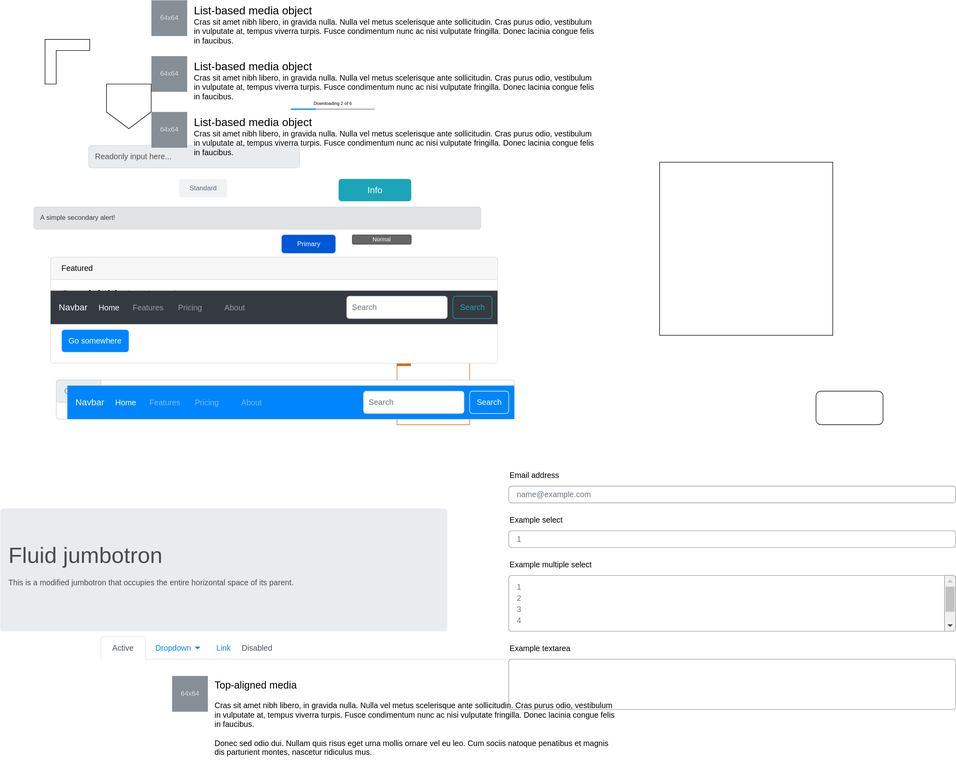
The draw.io diagram doc/resux-structure.drawio.svg in yo-nagase/blink-speak, before a commit. Source tidied: cells renumbered, new cells last; positions are measured from the earlier drawing's top-left corner, leaving out a move shared by most shapes.
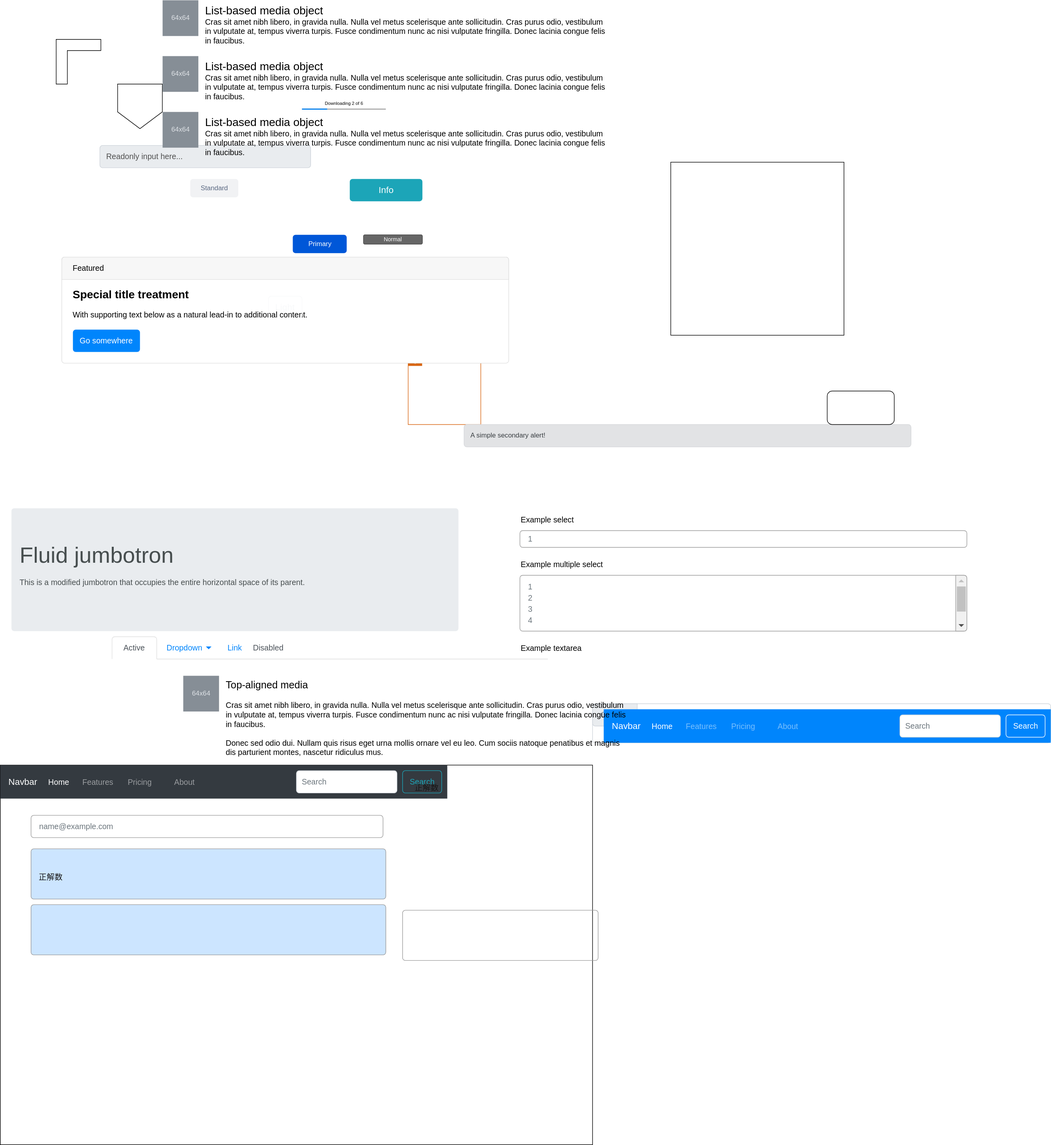
After the change.

What changed in the source:
```diff
@@ -2,6 +2,9 @@
   <root>
     <mxCell id="0" />
     <mxCell id="1" parent="0" />
+    <mxCell id="76" style="rounded=0;whiteSpace=wrap;html=1;fillColor=#FFFFFF;" parent="1" vertex="1">
+      <mxGeometry x="-20" y="1370" width="1060" height="680" as="geometry" />
+    </mxCell>
     <mxCell id="2" style="shape=offPageConnector;whiteSpace=wrap;html=1;" parent="1" vertex="1">
       <mxGeometry x="190" y="150" width="80" height="80" as="geometry" />
     </mxCell>
@@ -49,7 +52,7 @@
       <mxGeometry x="630" y="420" width="105.5" height="16.9" as="geometry" />
     </mxCell>
     <mxCell id="16" value="Choose..." style="html=1;shadow=0;dashed=0;shape=mxgraph.bootstrap.rrect;rSize=5;strokeColor=#CED4DA;html=1;whiteSpace=wrap;fillColor=#FFFFFF;fontColor=#7D868C;align=left;spacingLeft=80;spacing=15;fontSize=14;" parent="1" vertex="1">
-      <mxGeometry x="100" y="680" width="820" height="70" as="geometry" />
+      <mxGeometry x="1040" y="1260" width="820" height="70" as="geometry" />
     </mxCell>
     <mxCell id="17" style="shape=triangle;direction=south;fillColor=#343A40;strokeColor=none;perimeter=none;" parent="16" vertex="1">
       <mxGeometry x="1" y="0.5" width="7" height="3" relative="1" as="geometry">
@@ -126,13 +129,13 @@
       <mxGeometry x="460" y="530" width="60" height="40" as="geometry" />
     </mxCell>
     <mxCell id="35" value="A simple secondary alert!" style="html=1;shadow=0;dashed=0;shape=mxgraph.bootstrap.rrect;rSize=5;strokeColor=#D6D8DB;strokeWidth=1;fillColor=#E2E3E5;fontColor=#383D41;whiteSpace=wrap;align=left;verticalAlign=middle;spacingLeft=10;" parent="1" vertex="1">
-      <mxGeometry x="60" y="370" width="800" height="40" as="geometry" />
+      <mxGeometry x="810" y="760" width="800" height="40" as="geometry" />
     </mxCell>
     <mxCell id="36" value="&lt;font style=&quot;font-size: 40px&quot;&gt;Fluid jumbotron&lt;/font&gt;&lt;br&gt;&lt;br&gt;This is a modified jumbotron that occupies the entire horizontal space of its parent." style="html=1;shadow=0;dashed=0;shape=mxgraph.bootstrap.rrect;rSize=5;strokeColor=none;html=1;whiteSpace=wrap;fillColor=#E9ECEF;fontColor=#474E4F;align=left;spacing=15;fontSize=14;verticalAlign=top;spacingTop=40;" parent="1" vertex="1">
       <mxGeometry y="910" width="800" height="220" as="geometry" />
     </mxCell>
     <mxCell id="37" value="Navbar" style="html=1;shadow=0;dashed=0;fillColor=#343A40;strokeColor=none;fontSize=16;fontColor=#ffffff;align=left;spacing=15;" parent="1" vertex="1">
-      <mxGeometry x="90" y="520" width="800" height="60" as="geometry" />
+      <mxGeometry x="-20" y="1370" width="800" height="60" as="geometry" />
     </mxCell>
     <mxCell id="38" value="Home" style="fillColor=none;strokeColor=none;fontSize=14;fontColor=#ffffff;align=center;" parent="37" vertex="1">
       <mxGeometry width="70" height="40" relative="1" as="geometry">
@@ -208,12 +211,12 @@
     <mxCell id="57" value="&lt;font style=&quot;font-size: 18px&quot;&gt;Top-aligned media&lt;/font&gt;&lt;br&gt;&lt;br&gt;Cras sit amet nibh libero, in gravida nulla. Nulla vel metus scelerisque ante sollicitudin. Cras purus odio, vestibulum in vulputate at, tempus viverra turpis. Fusce condimentum nunc ac nisi vulputate fringilla. Donec lacinia congue felis in faucibus.&lt;br&gt;&lt;br&gt;Donec sed odio dui. Nullam quis risus eget urna mollis ornare vel eu leo. Cum sociis natoque penatibus et magnis dis parturient montes, nascetur ridiculus mus." style="strokeColor=none;fillColor=none;fontColor=#000000;perimeter=none;whiteSpace=wrap;align=left;spacing=2;fontSize=14;verticalAlign=top;html=1;" parent="1" vertex="1">
       <mxGeometry x="381.5" y="1210" width="726" height="150" as="geometry" />
     </mxCell>
-    <mxCell id="58" value="Email address" style="fillColor=none;strokeColor=none;align=left;fontSize=14;" parent="1" vertex="1">
-      <mxGeometry x="910" y="830" width="260" height="40" as="geometry" />
+    <mxCell id="58" value="正解数" style="fillColor=none;strokeColor=none;align=left;fontSize=14;fontColor=#171717;" parent="1" vertex="1">
+      <mxGeometry x="720" y="1390" width="260" height="40" as="geometry" />
     </mxCell>
     <mxCell id="59" value="name@example.com" style="html=1;shadow=0;dashed=0;shape=mxgraph.bootstrap.rrect;rSize=5;fillColor=none;strokeColor=#999999;align=left;spacing=15;fontSize=14;fontColor=#6C767D;" parent="1" vertex="1">
-      <mxGeometry width="800" height="30" relative="1" as="geometry">
-        <mxPoint x="980" y="1020" as="offset" />
+      <mxGeometry width="630" height="40" relative="1" as="geometry">
+        <mxPoint x="105" y="1610" as="offset" />
       </mxGeometry>
     </mxCell>
     <mxCell id="60" value="Example select" style="fillColor=none;strokeColor=none;align=left;fontSize=14;" parent="1" vertex="1">
@@ -282,8 +285,8 @@
       </mxGeometry>
     </mxCell>
     <mxCell id="73" style="html=1;shadow=0;dashed=0;shape=mxgraph.bootstrap.rrect;rSize=5;fillColor=none;strokeColor=#999999;align=left;spacing=15;fontSize=14;fontColor=#6C767D;" parent="1" vertex="1">
-      <mxGeometry width="800" height="90" relative="1" as="geometry">
-        <mxPoint x="980" y="1330" as="offset" />
+      <mxGeometry width="350" height="90" relative="1" as="geometry">
+        <mxPoint x="770" y="1780" as="offset" />
       </mxGeometry>
     </mxCell>
     <mxCell id="74" style="whiteSpace=wrap;html=1;" parent="1" vertex="1">
@@ -292,5 +295,14 @@
     <mxCell id="75" style="rounded=1;whiteSpace=wrap;html=1;" parent="1" vertex="1">
       <mxGeometry x="1460" y="700" width="120" height="60" as="geometry" />
     </mxCell>
+    <mxCell id="77" style="html=1;shadow=0;dashed=0;shape=mxgraph.bootstrap.rrect;rSize=5;fillColor=#CCE5FF;strokeColor=#999999;align=left;spacing=15;fontSize=14;fontColor=#6C767D;" parent="1" vertex="1">
+      <mxGeometry x="35" y="1520" width="635" height="90" as="geometry" />
+    </mxCell>
+    <mxCell id="78" value="正解数" style="fillColor=none;strokeColor=none;align=left;fontSize=14;fontColor=#171717;" parent="1" vertex="1">
+      <mxGeometry x="47.5" y="1550" width="260" height="40" as="geometry" />
+    </mxCell>
+    <mxCell id="79" style="html=1;shadow=0;dashed=0;shape=mxgraph.bootstrap.rrect;rSize=5;fillColor=#CCE5FF;strokeColor=#999999;align=left;spacing=15;fontSize=14;fontColor=#6C767D;" parent="1" vertex="1">
+      <mxGeometry x="35" y="1620" width="635" height="90" as="geometry" />
+    </mxCell>
   </root>
 </mxGraphModel>
```
